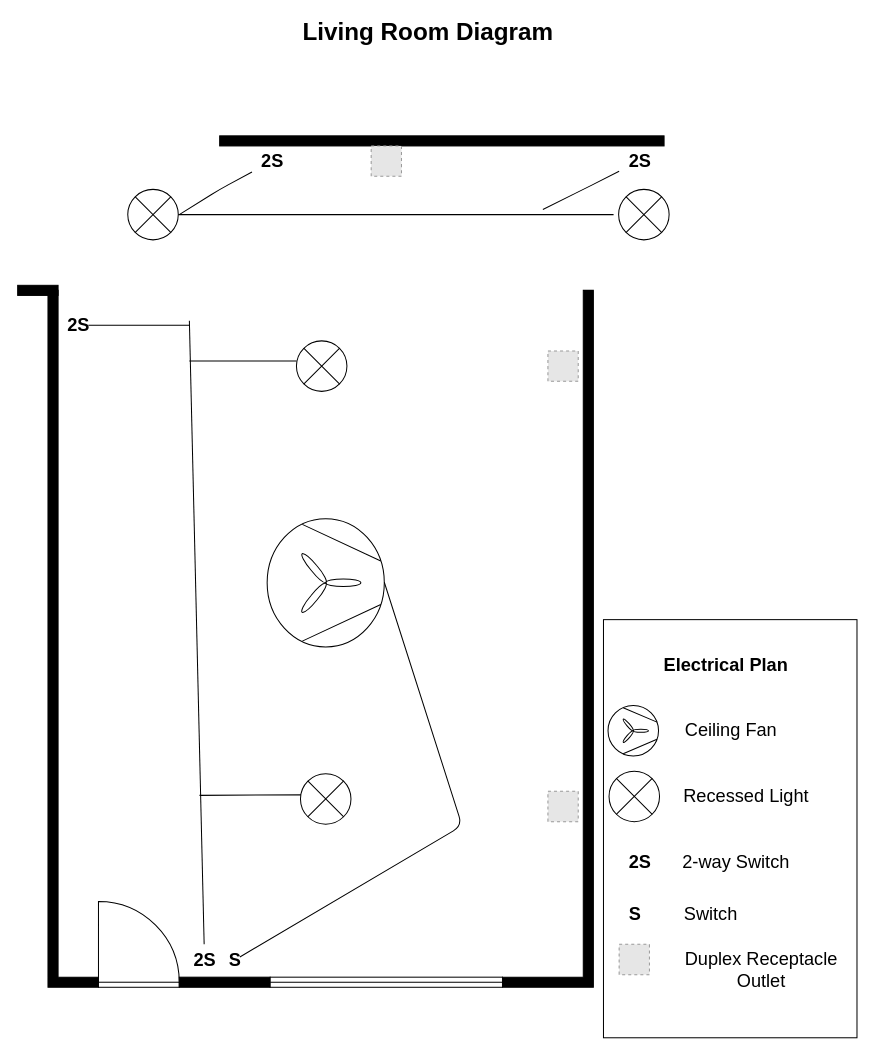
Earlier version of the draw.io diagram FL_LIVINGROOM.drawio (thyngontran/test). Source tidied: cells renumbered, new cells numbered last; positions are measured from the earlier drawing's top-left corner, leaving out a move shared by most shapes. Both pictures are drawn from the tidied source at 101%, with x=0, y=0 at pixel (17, 17). Pictures stored in the file or linked from it are replaced by grey dashed boxes.
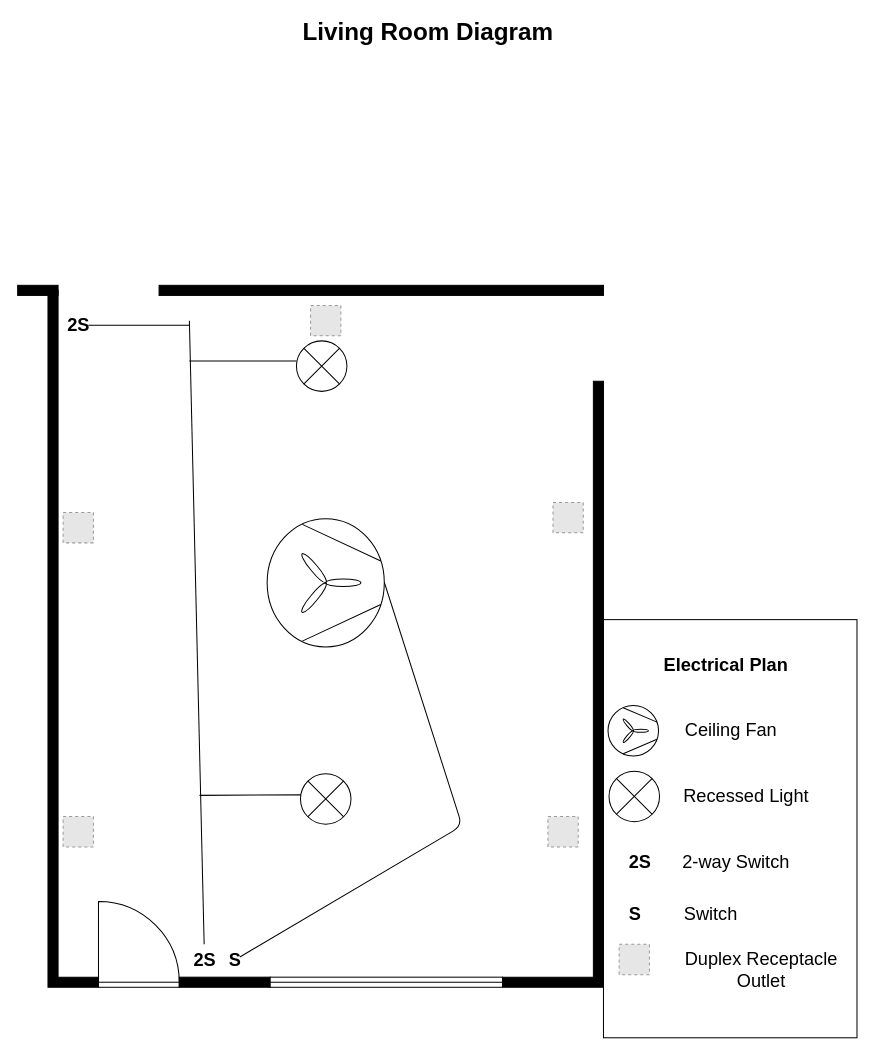
After the change.

What changed in the source:
```diff
@@
     <mxCell id="5" style="verticalLabelPosition=bottom;html=1;verticalAlign=top;align=center;shape=mxgraph.floorplan.wallCorner;fillColor=#000000;direction=west;" parent="1" vertex="1">
-      <mxGeometry x="480" y="270" width="90" height="690" as="geometry" />
+      <mxGeometry x="480" y="360" width="100" height="600" as="geometry" />
     </mxCell>
@@
     <mxCell id="9" style="verticalLabelPosition=bottom;html=1;verticalAlign=top;align=center;shape=mxgraph.floorplan.wall;fillColor=#000000;" parent="1" vertex="1">
-      <mxGeometry x="200" y="117" width="440" height="10" as="geometry" />
+      <mxGeometry x="140" y="265" width="440" height="10" as="geometry" />
     </mxCell>
@@
-    <mxCell id="18" style="verticalLabelPosition=bottom;shadow=0;dashed=0;align=center;fillColor=#ffffff;html=1;verticalAlign=top;strokeWidth=1;shape=mxgraph.electrical.abstract.multiplier;fontSize=18;" parent="1" vertex="1">
-      <mxGeometry x="109" y="170" width="50" height="50" as="geometry" />
-    </mxCell>
-    <mxCell id="19" style="verticalLabelPosition=bottom;shadow=0;dashed=0;align=center;fillColor=#ffffff;html=1;verticalAlign=top;strokeWidth=1;shape=mxgraph.electrical.abstract.multiplier;fontSize=18;" parent="1" vertex="1">
-      <mxGeometry x="595" y="170" width="50" height="50" as="geometry" />
-    </mxCell>
@@
-    <mxCell id="23" value="&lt;span style=&quot;font-size: 18px&quot;&gt;&lt;font style=&quot;font-size: 18px&quot;&gt;&lt;b&gt;2S&lt;/b&gt;&lt;br style=&quot;font-size: 18px&quot;&gt;&lt;/font&gt;&lt;/span&gt;" style="text;html=1;align=center;verticalAlign=middle;points=[];fillColor=none;strokeColor=none;rounded=0;fontSize=18;fontStyle=0;" parent="1" vertex="1">
-      <mxGeometry x="232" y="127" width="40" height="30" as="geometry" />
-    </mxCell>
@@
-    <mxCell id="26" style="endArrow=none;html=1;strokeColor=#000000;strokeWidth=1;fontSize=15;" parent="1" edge="1" source="23">
-      <mxGeometry relative="1" as="geometry">
-        <mxPoint x="160" y="195" as="targetPoint" />
-        <Array as="points">
-          <mxPoint x="200" y="170" />
-        </Array>
-      </mxGeometry>
-    </mxCell>
-    <mxCell id="27" style="endArrow=none;html=1;strokeColor=#000000;strokeWidth=1;fontSize=15;entryX=1;entryY=0.5;entryDx=0;entryDy=0;entryPerimeter=0;" parent="1" edge="1" target="18">
-      <mxGeometry relative="1" as="geometry">
-        <mxPoint x="590" y="195" as="sourcePoint" />
-        <Array as="points">
-          <mxPoint x="420" y="195" />
-        </Array>
-      </mxGeometry>
-    </mxCell>
     <mxCell id="28" style="fillColor=#E6E6E6;strokeColor=#999999;dashed=1;html=1;verticalAlign=top;verticalLabelPosition=bottom;labelBackgroundColor=#ffffff;fontSize=15;" parent="1" vertex="1">
-      <mxGeometry x="350" y="127" width="30" height="30" as="geometry" />
+      <mxGeometry x="290" y="285" width="30" height="30" as="geometry" />
     </mxCell>
@@
-    <mxCell id="39" value="&lt;span style=&quot;font-size: 18px&quot;&gt;&lt;font style=&quot;font-size: 18px&quot;&gt;&lt;b&gt;2S&lt;/b&gt;&lt;br style=&quot;font-size: 18px&quot;&gt;&lt;/font&gt;&lt;/span&gt;" style="text;html=1;align=center;verticalAlign=middle;points=[];fillColor=none;strokeColor=none;rounded=0;fontSize=18;fontStyle=0;" parent="1" vertex="1">
-      <mxGeometry x="595.5" y="127" width="40" height="30" as="geometry" />
-    </mxCell>
-    <mxCell id="40" style="endArrow=none;html=1;strokeColor=#000000;strokeWidth=1;fontSize=15;" parent="1" edge="1" source="39">
-      <mxGeometry relative="1" as="geometry">
-        <mxPoint x="520" y="190" as="targetPoint" />
-        <Array as="points">
-          <mxPoint x="560" y="170" />
-        </Array>
-      </mxGeometry>
-    </mxCell>
     <mxCell id="41" style="fillColor=#E6E6E6;strokeColor=#999999;dashed=1;html=1;verticalAlign=top;verticalLabelPosition=bottom;labelBackgroundColor=#ffffff;fontSize=15;" parent="1" vertex="1">
-      <mxGeometry x="525" y="330" width="30" height="30" as="geometry" />
+      <mxGeometry x="530" y="480" width="30" height="30" as="geometry" />
     </mxCell>
     <mxCell id="42" style="fillColor=#E6E6E6;strokeColor=#999999;dashed=1;html=1;verticalAlign=top;verticalLabelPosition=bottom;labelBackgroundColor=#ffffff;fontSize=15;" parent="1" vertex="1">
-      <mxGeometry x="525" y="766" width="30" height="30" as="geometry" />
+      <mxGeometry x="525" y="791" width="30" height="30" as="geometry" />
     </mxCell>
+    <mxCell id="43" style="fillColor=#E6E6E6;strokeColor=#999999;dashed=1;html=1;verticalAlign=top;verticalLabelPosition=bottom;labelBackgroundColor=#ffffff;fontSize=15;" parent="1" vertex="1">
+      <mxGeometry x="45" y="490" width="30" height="30" as="geometry" />
+    </mxCell>
+    <mxCell id="44" style="fillColor=#E6E6E6;strokeColor=#999999;dashed=1;html=1;verticalAlign=top;verticalLabelPosition=bottom;labelBackgroundColor=#ffffff;fontSize=15;" parent="1" vertex="1">
+      <mxGeometry x="45" y="791" width="30" height="30" as="geometry" />
+    </mxCell>
```
